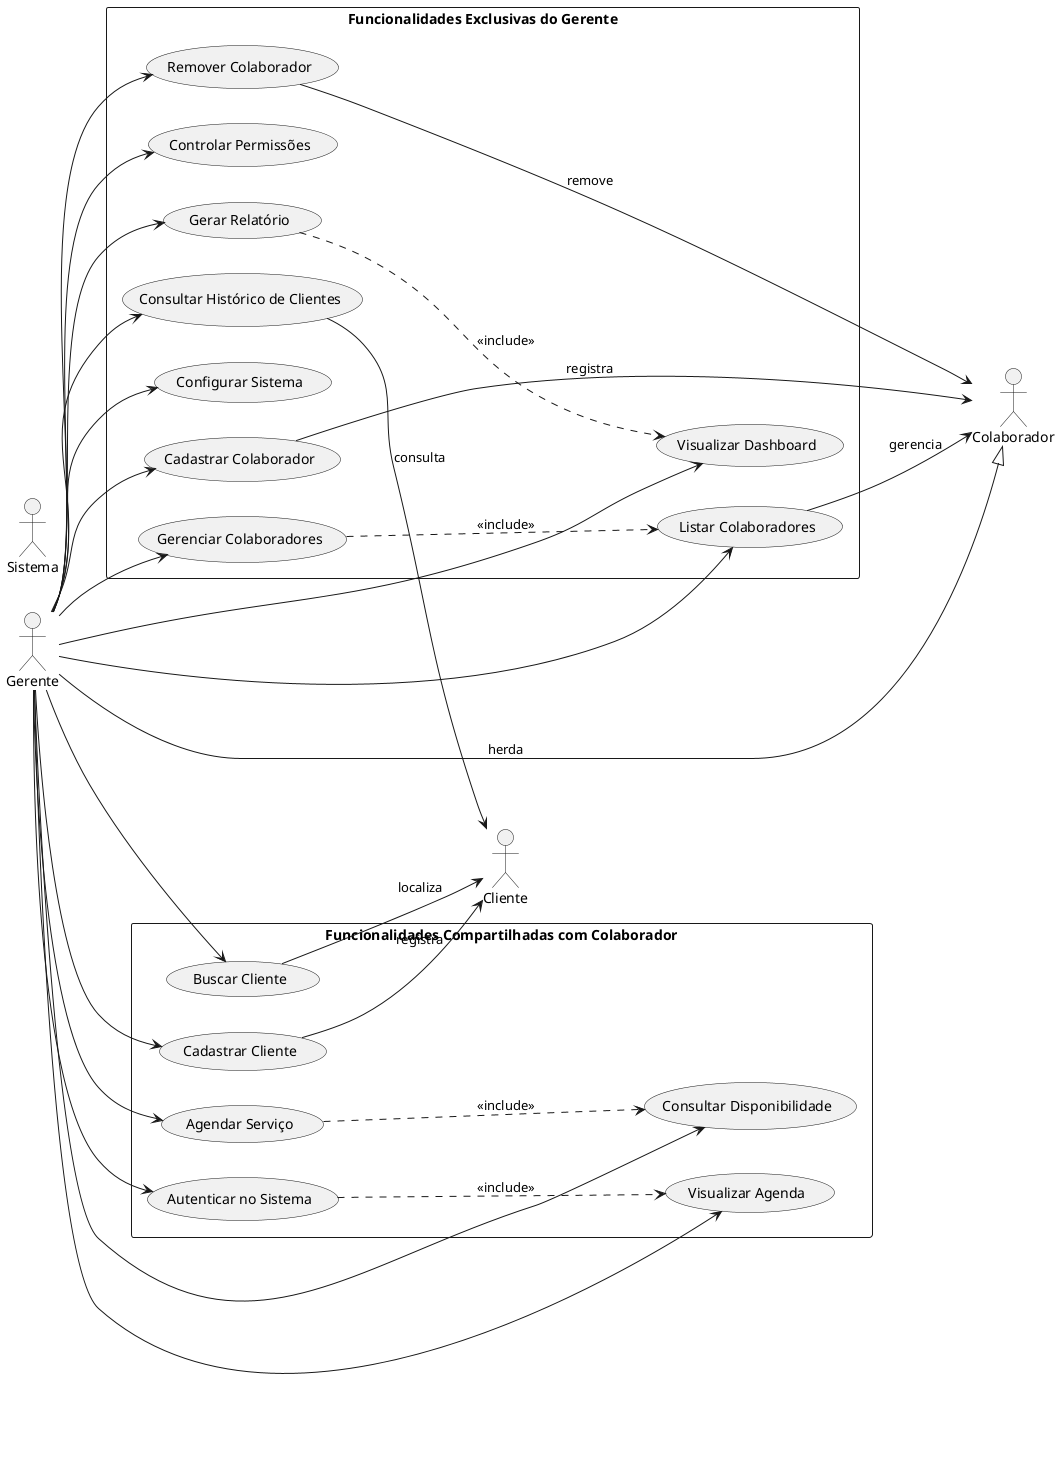
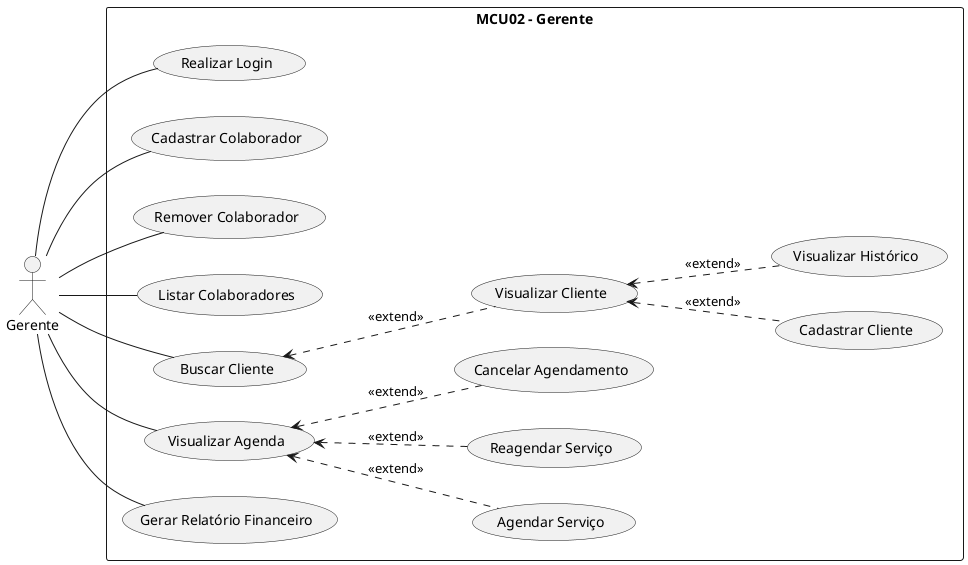
- @startuml Casos de Uso - Gerente
+ @startuml
left to right direction

- ' ========== ATORES ==========
- :Gerente: as Gerente
- :Colaborador: as Colaborador
- :Cliente: as Cliente
- :Sistema: as Sistema
+ actor "Gerente" as gerente

- ' Herança de Atores
- Gerente --|> Colaborador : herda
+ rectangle "MCU02 - Gerente"{

- ' ========== CASOS DE USO COMPARTILHADOS (herança do Colaborador) ==========
- rectangle "Funcionalidades Compartilhadas com Colaborador" {
-     usecase "Autenticar no Sistema" as UC_Auth
-     usecase "Cadastrar Cliente" as UC_CadastrarCliente
-     usecase "Buscar Cliente" as UC_BuscarCliente
-     usecase "Agendar Serviço" as UC_Agendar
-     usecase "Consultar Disponibilidade" as UC_ConsultarDisp
-     usecase "Visualizar Agenda" as UC_VisAgenda
+     usecase "Realizar Login" as login
+ 
+     usecase "Cadastrar Colaborador" as cadastrar_colaborador
+     usecase "Remover Colaborador" as remover_colaborador
+     usecase "Listar Colaboradores" as listar_colaboradores
+ 
+     usecase "Cadastrar Cliente" as cadastrar_cliente
+     usecase "Buscar Cliente" as buscar_cliente
+     usecase "Visualizar Cliente" as visualizar_cliente
+     usecase "Visualizar Histórico" as visualizar_historico
+ 
+     usecase "Agendar Serviço" as agendar
+     usecase "Reagendar Serviço" as reagendar
+     usecase "Cancelar Agendamento" as cancelar
+     usecase "Visualizar Agenda" as visualizar_agenda
+ 
+     usecase "Gerar Relatório Financeiro" as relatorio
}

- ' ========== CASOS DE USO EXCLUSIVOS DO GERENTE ==========
- rectangle "Funcionalidades Exclusivas do Gerente" {
-     usecase "Gerenciar Colaboradores" as UC_GerColab
-     usecase "Cadastrar Colaborador" as UC_CadastrarColab
-     usecase "Remover Colaborador" as UC_RemoverColab
-     usecase "Listar Colaboradores" as UC_ListarColab
-     usecase "Controlar Permissões" as UC_Permissoes
-     usecase "Gerar Relatório" as UC_Relatorio
-     usecase "Consultar Histórico de Clientes" as UC_HistoricoCliente
-     usecase "Visualizar Dashboard" as UC_Dashboard
-     usecase "Configurar Sistema" as UC_Configurar
- }
+ gerente -- login

- ' ========== RELACIONAMENTOS - CASOS COMPARTILHADOS ==========
- Gerente --> UC_Auth
- Gerente --> UC_CadastrarCliente
- Gerente --> UC_BuscarCliente
- Gerente --> UC_Agendar
- Gerente --> UC_ConsultarDisp
- Gerente --> UC_VisAgenda
+ gerente -- cadastrar_colaborador
+ gerente -- remover_colaborador
+ gerente -- listar_colaboradores

- ' ========== RELACIONAMENTOS - CASOS EXCLUSIVOS ==========
- Gerente --> UC_GerColab
- Gerente --> UC_CadastrarColab
- Gerente --> UC_RemoverColab
- Gerente --> UC_ListarColab
- Gerente --> UC_Permissoes
- Gerente --> UC_Relatorio
- Gerente --> UC_HistoricoCliente
- Gerente --> UC_Dashboard
- Gerente --> UC_Configurar
+ gerente -- buscar_cliente
+ buscar_cliente <.. visualizar_cliente : <<extend>>
+ visualizar_cliente <.. visualizar_historico : <<extend>>
+ visualizar_cliente <.. cadastrar_cliente : <<extend>>

- ' ========== RELACIONAMENTOS COM ENTIDADES ==========
- UC_CadastrarCliente --> Cliente : registra
- UC_BuscarCliente --> Cliente : localiza
- UC_HistoricoCliente --> Cliente : consulta
- UC_ListarColab --> Colaborador : gerencia
- UC_CadastrarColab --> Colaborador : registra
- UC_RemoverColab --> Colaborador : remove
+ gerente -- visualizar_agenda
+ visualizar_agenda <.. agendar : <<extend>>
+ visualizar_agenda <.. reagendar : <<extend>>
+ visualizar_agenda <.. cancelar : <<extend>>

- ' ========== RELACIONAMENTOS DE INCLUSÃO ==========
- UC_Agendar -.-> UC_ConsultarDisp : <<include>>
- UC_Auth -.-> UC_VisAgenda : <<include>>
- UC_GerColab -.-> UC_ListarColab : <<include>>
- UC_Relatorio -.-> UC_Dashboard : <<include>>
+ gerente -- relatorio

- @enduml
+ @enduml